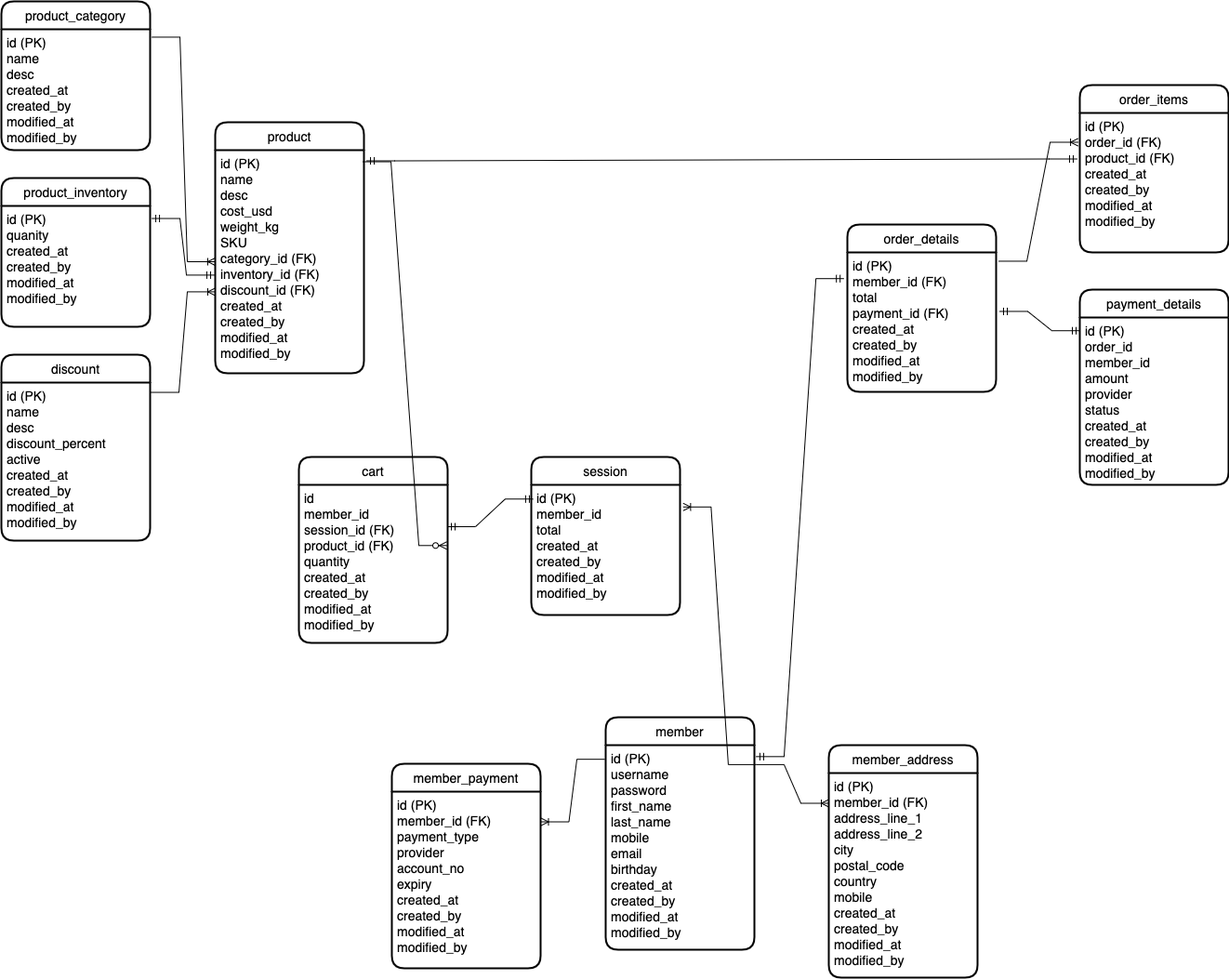
Before: govtech/section_2/govtech section 2.drawio.png, a diagram exported from draw.io (diminishin/govtech_de_assignment). Source tidied: cells renumbered, new cells last; positions are measured from the earlier drawing's top-left corner, leaving out a move shared by most shapes.
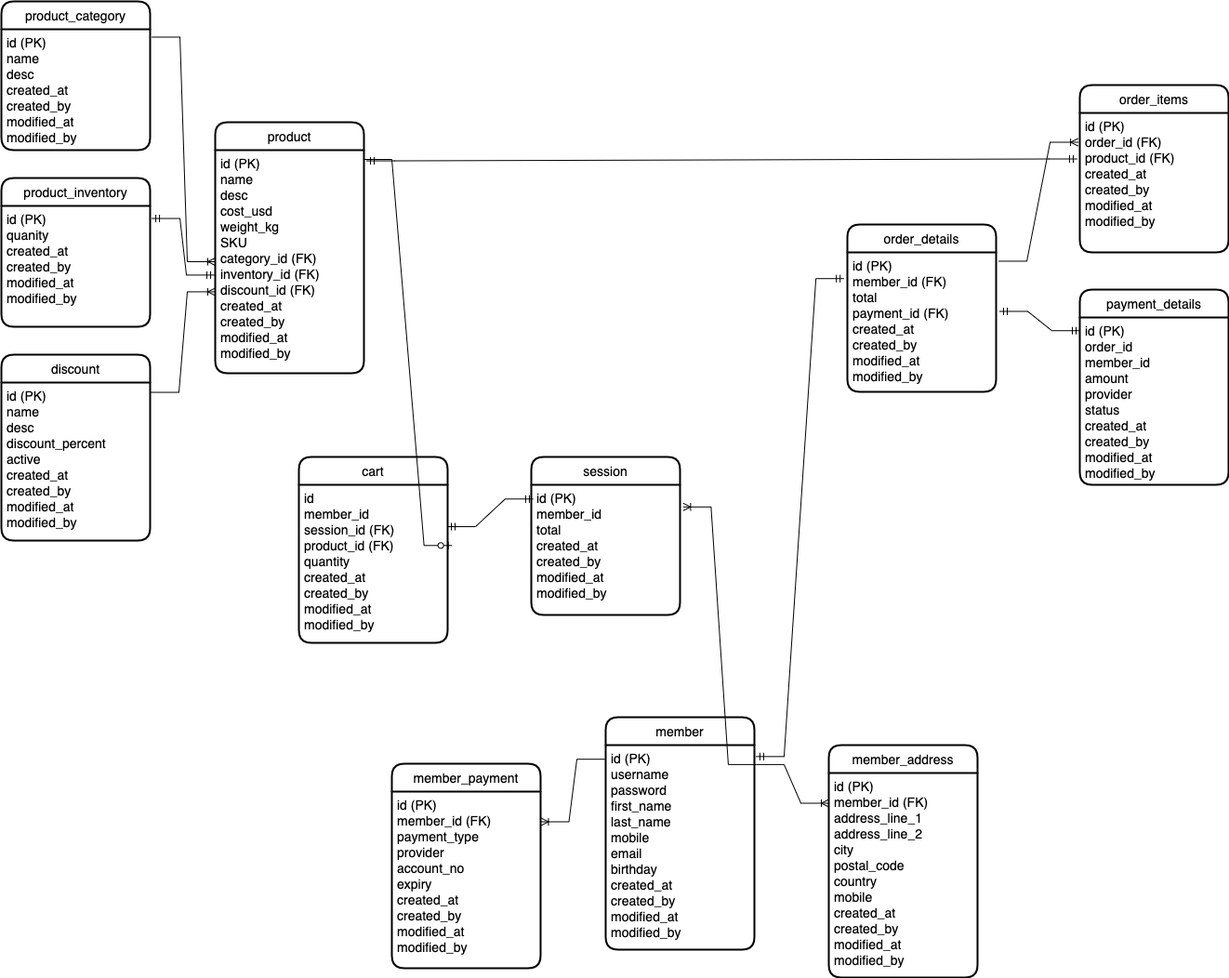
The same diagram one commit later.

Commit message:
small update to entity diagram

Diff of the diagram source:
```diff
@@ -109,8 +109,10 @@
     <mxCell id="36" style="edgeStyle=entityRelationEdgeStyle;fontSize=12;html=1;endArrow=ERoneToMany;rounded=0;entryX=1.021;entryY=0.17;entryDx=0;entryDy=0;entryPerimeter=0;exitX=1.012;exitY=0.095;exitDx=0;exitDy=0;exitPerimeter=0;" parent="1" edge="1" source="23" target="34">
       <mxGeometry relative="1" as="geometry" />
     </mxCell>
-    <mxCell id="37" style="edgeStyle=entityRelationEdgeStyle;fontSize=12;html=1;endArrow=ERzeroToMany;endFill=1;rounded=0;exitX=0.994;exitY=0.052;exitDx=0;exitDy=0;exitPerimeter=0;entryX=0.994;entryY=0.384;entryDx=0;entryDy=0;entryPerimeter=0;" parent="1" edge="1" source="3" target="32">
-      <mxGeometry relative="1" as="geometry" />
-    </mxCell>
+    <mxCell id="38" style="edgeStyle=entityRelationEdgeStyle;fontSize=12;html=1;endArrow=ERzeroToOne;endFill=1;rounded=0;entryX=1.029;entryY=0.384;entryDx=0;entryDy=0;entryPerimeter=0;" parent="1" edge="1" target="32">
+      <mxGeometry relative="1" as="geometry">
+        <mxPoint x="390" y="170" as="sourcePoint" />
+      </mxGeometry>
+    </mxCell>
   </root>
 </mxGraphModel>
```
